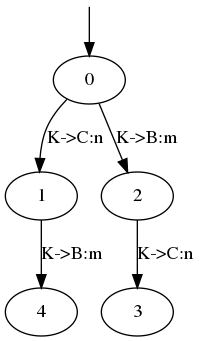
The Graphviz diagram examples/domitilla input/[Converted]Simple_choiceStruct.gv.png in vairodp/Corinne-2, before a commit. Its source is kept beside it as examples/domitilla input/[Converted]Simple_choiceStruct.gv.
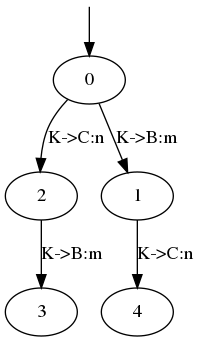
After the change.

The edit, as a diff of the source:
```diff
@@ -1,8 +1,8 @@
 digraph Simple_choiceStruct {
 	s0 [label="" height=0 shape=none width=0]
 		s0 -> 0
-		1 -> 4 [label="K->B:m"]
-		0 -> 2 [label="K->B:m"]
-		2 -> 3 [label="K->C:n"]
-		0 -> 1 [label="K->C:n"]
+		0 -> 2 [label="K->C:n"]
+		2 -> 3 [label="K->B:m"]
+		1 -> 4 [label="K->C:n"]
+		0 -> 1 [label="K->B:m"]
 }
```
